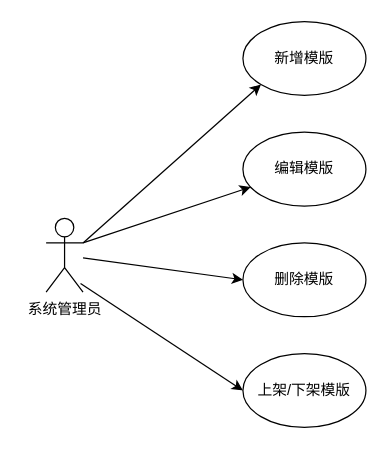
The draw.io diagram 第三章/模版管理用例图.drawio in yuxinyu12345/diagrams, before the edit. Source tidied: cells renumbered, new cells numbered last; positions are measured from the earlier drawing's top-left corner, leaving out a move shared by most shapes. Both pictures are drawn from the tidied source at 123%, with x=0, y=0 at pixel (46, 21).
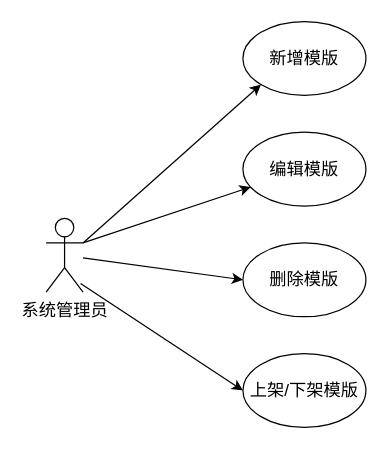
The same diagram, later.

Commit message:
更新模版管理用例图.drawio

Change to the diagram source:
```diff
@@
 <mxGraphModel>
   <root>
     <mxCell id="0" />
     <mxCell id="1" parent="0" />
-    <mxCell id="2" value="系统管理员" style="shape=umlActor;verticalLabelPosition=bottom;verticalAlign=top;html=1;" parent="1" vertex="1">
+    <mxCell id="2" value="系统管理员" style="shape=umlActor;verticalLabelPosition=bottom;verticalAlign=top;html=1;fontSize=14;" parent="1" vertex="1">
       <mxGeometry y="160" width="30" height="60" as="geometry" />
     </mxCell>
-    <mxCell id="3" value="新增模版" style="ellipse;whiteSpace=wrap;html=1;" parent="1" vertex="1">
+    <mxCell id="3" value="新增模版" style="ellipse;whiteSpace=wrap;html=1;fontSize=14;" parent="1" vertex="1">
       <mxGeometry x="160" width="100" height="60" as="geometry" />
     </mxCell>
-    <mxCell id="4" value="编辑模版" style="ellipse;whiteSpace=wrap;html=1;" parent="1" vertex="1">
+    <mxCell id="4" value="编辑模版" style="ellipse;whiteSpace=wrap;html=1;fontSize=14;" parent="1" vertex="1">
       <mxGeometry x="160" y="90" width="100" height="60" as="geometry" />
     </mxCell>
-    <mxCell id="5" value="删除模版" style="ellipse;whiteSpace=wrap;html=1;" parent="1" vertex="1">
+    <mxCell id="5" value="删除模版" style="ellipse;whiteSpace=wrap;html=1;fontSize=14;" parent="1" vertex="1">
       <mxGeometry x="160" y="180" width="100" height="60" as="geometry" />
     </mxCell>
-    <mxCell id="6" value="上架/下架模版" style="ellipse;whiteSpace=wrap;html=1;" parent="1" vertex="1">
+    <mxCell id="6" value="上架/下架模版" style="ellipse;whiteSpace=wrap;html=1;fontSize=14;" parent="1" vertex="1">
       <mxGeometry x="160" y="270" width="100" height="60" as="geometry" />
     </mxCell>
-    <mxCell id="7" style="endArrow=classic;html=1;rounded=0;exitX=1;exitY=0.3333333333333333;exitDx=0;exitDy=0;exitPerimeter=0;entryX=0;entryY=1;entryDx=0;entryDy=0;" parent="1" edge="1" source="2" target="3">
+    <mxCell id="7" style="endArrow=classic;html=1;rounded=0;exitX=1;exitY=0.3333333333333333;exitDx=0;exitDy=0;exitPerimeter=0;entryX=0;entryY=1;entryDx=0;entryDy=0;fontSize=14;" parent="1" edge="1" source="2" target="3">
       <mxGeometry relative="1" as="geometry" />
     </mxCell>
-    <mxCell id="8" style="endArrow=classic;html=1;rounded=0;exitX=0.933;exitY=0.883;exitDx=0;exitDy=0;exitPerimeter=0;entryX=0;entryY=0.5;entryDx=0;entryDy=0;" parent="1" edge="1" source="2" target="6">
+    <mxCell id="8" style="endArrow=classic;html=1;rounded=0;exitX=0.933;exitY=0.883;exitDx=0;exitDy=0;exitPerimeter=0;entryX=0;entryY=0.5;entryDx=0;entryDy=0;fontSize=14;" parent="1" edge="1" source="2" target="6">
       <mxGeometry relative="1" as="geometry" />
     </mxCell>
-    <mxCell id="9" style="endArrow=classic;html=1;rounded=0;" parent="1" edge="1" source="2">
+    <mxCell id="9" style="endArrow=classic;html=1;rounded=0;fontSize=14;" parent="1" edge="1" source="2">
       <mxGeometry relative="1" as="geometry">
         <mxPoint x="160" y="210" as="targetPoint" />
       </mxGeometry>
     </mxCell>
-    <mxCell id="10" style="endArrow=classic;html=1;rounded=0;" parent="1" edge="1" target="4">
+    <mxCell id="10" style="endArrow=classic;html=1;rounded=0;fontSize=14;" parent="1" edge="1" target="4">
       <mxGeometry relative="1" as="geometry">
         <mxPoint x="30" y="180" as="sourcePoint" />
       </mxGeometry>
     </mxCell>
   </root>
 </mxGraphModel>
```
